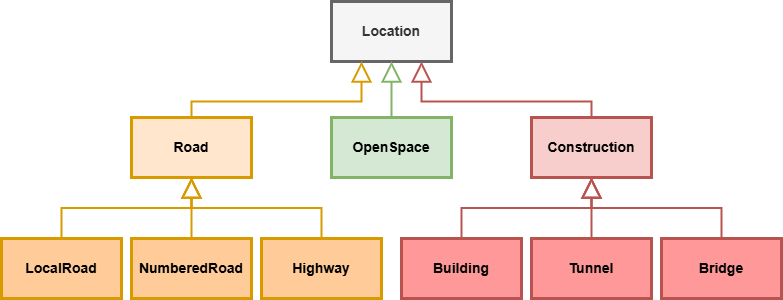
Before: images/Inheritance-Example.drawio.png, a diagram exported from draw.io (oasis-tcs/openc2-jadn-im). Source tidied: cells renumbered, new cells last; positions are measured from the earlier drawing's top-left corner, leaving out a move shared by most shapes.
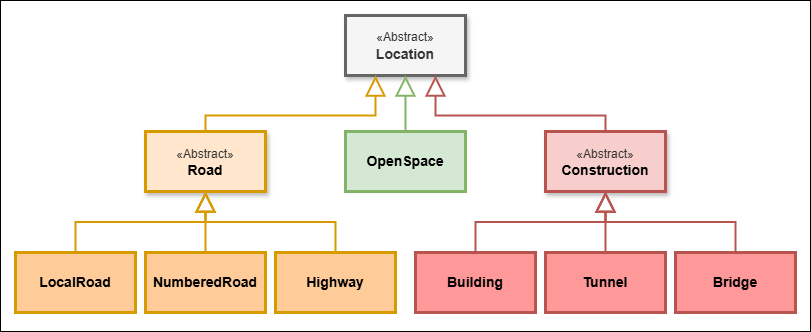
After the change.

Diff of the diagram source:
```diff
@@ -1,17 +1,21 @@
 <mxGraphModel background="#FFFFFF">
   <root>
     <mxCell id="0" />
+    <mxCell id="21" value="Background" parent="0" />
+    <mxCell id="22" style="rounded=0;whiteSpace=wrap;html=1;" parent="21" vertex="1">
+      <mxGeometry x="-15" y="-15" width="810" height="331" as="geometry" />
+    </mxCell>
-    <mxCell id="1" parent="0" />
+    <mxCell id="1" value="Inheritance Tree" parent="0" />
-    <mxCell id="2" value="Location" style="rounded=0;whiteSpace=wrap;html=1;fontStyle=1;fontSize=14;fillColor=#f5f5f5;fontColor=#333333;strokeColor=#666666;strokeWidth=3;" parent="1" vertex="1">
+    <mxCell id="2" value="&lt;div&gt;&lt;span style=&quot;font-weight: normal;&quot;&gt;&lt;font style=&quot;font-size: 12px; line-height: 150%;&quot;&gt;«Abstract»&lt;/font&gt;&lt;/span&gt;&lt;/div&gt;Location" style="rounded=0;whiteSpace=wrap;html=1;fontStyle=1;fontSize=14;fillColor=#f5f5f5;fontColor=#333333;strokeColor=#666666;strokeWidth=3;shadow=1;" parent="1" vertex="1">
       <mxGeometry x="330" width="120" height="60" as="geometry" />
     </mxCell>
     <mxCell id="3" value="OpenSpace" style="rounded=0;whiteSpace=wrap;html=1;fontStyle=1;fontSize=14;fillColor=#d5e8d4;strokeColor=#82b366;strokeWidth=3;" parent="1" vertex="1">
       <mxGeometry x="330" y="116" width="120" height="60" as="geometry" />
     </mxCell>
-    <mxCell id="4" value="Road" style="rounded=0;whiteSpace=wrap;html=1;fontStyle=1;fontSize=14;fillColor=#ffe6cc;strokeColor=#d79b00;strokeWidth=3;" parent="1" vertex="1">
+    <mxCell id="4" value="&lt;span style=&quot;color: rgb(51, 51, 51); font-size: 12px; font-weight: 400;&quot;&gt;«Abstract»&lt;/span&gt;&lt;div&gt;Road&lt;/div&gt;" style="rounded=0;whiteSpace=wrap;html=1;fontStyle=1;fontSize=14;fillColor=#ffe6cc;strokeColor=#d79b00;strokeWidth=3;shadow=1;" parent="1" vertex="1">
       <mxGeometry x="130" y="116" width="120" height="60" as="geometry" />
     </mxCell>
-    <mxCell id="5" value="Construction" style="rounded=0;whiteSpace=wrap;html=1;fontStyle=1;fontSize=14;fillColor=#f8cecc;strokeColor=#b85450;strokeWidth=3;" parent="1" vertex="1">
+    <mxCell id="5" value="&lt;div&gt;&lt;span style=&quot;color: rgb(51, 51, 51); font-size: 12px; font-weight: 400;&quot;&gt;«Abstract»&lt;/span&gt;&lt;/div&gt;Construction" style="rounded=0;whiteSpace=wrap;html=1;fontStyle=1;fontSize=14;fillColor=#f8cecc;strokeColor=#b85450;strokeWidth=3;shadow=1;" parent="1" vertex="1">
       <mxGeometry x="530" y="116" width="120" height="60" as="geometry" />
     </mxCell>
     <mxCell id="6" style="endArrow=block;endSize=16;endFill=0;html=1;rounded=0;entryX=0.5;entryY=1;entryDx=0;entryDy=0;exitX=0.5;exitY=0;exitDx=0;exitDy=0;edgeStyle=orthogonalEdgeStyle;strokeWidth=2;strokeColor=#82B366;" parent="1" edge="1" source="3" target="2">
```
